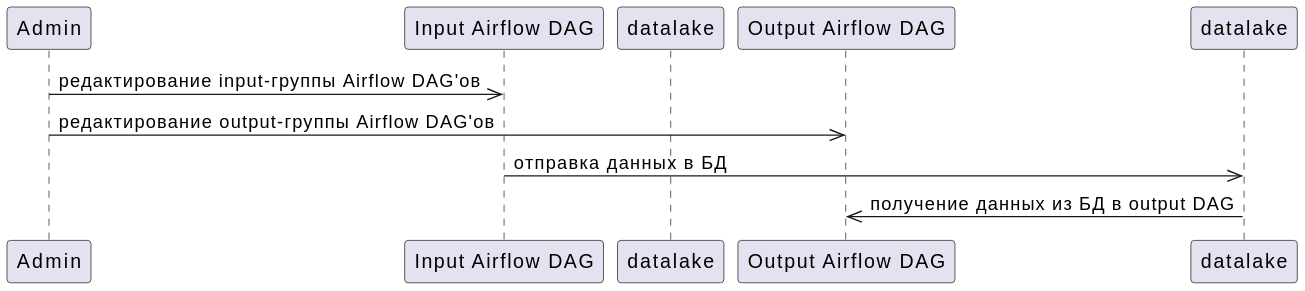
The PlantUML diagram diagrams/sequence_diagram.svg in etlteam/docs, before a commit. The source it was exported from:
```plantuml
@startuml
participant Admin
participant input_dag as "Input Airflow DAG"
participant datalake as DataLake
participant output_dag as "Output Airflow DAG"

Admin ->> input_dag: редактирование input-группы Airflow DAG'ов
Admin ->> output_dag: редактирование output-группы Airflow DAG'ов
input_dag ->> datalake:  отправка данных в БД
datalake ->> output_dag: получение данных из БД в output DAG
@enduml
```
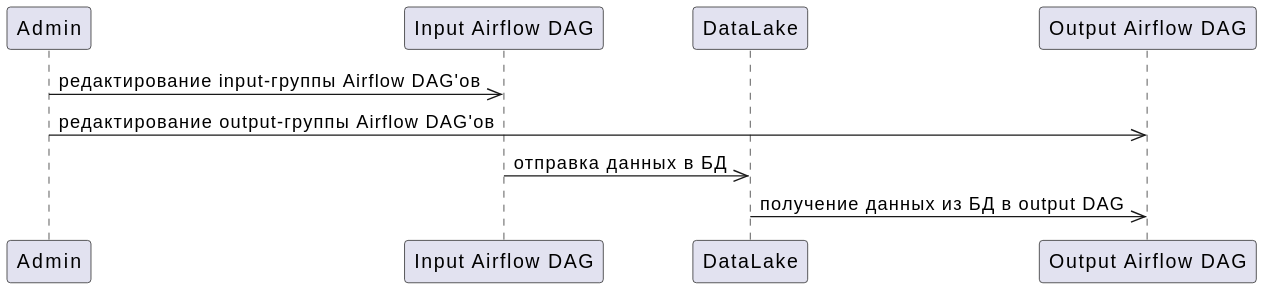
The same diagram one commit later.

Diff of the diagram source:
```diff
@@ -1,11 +1,11 @@
 @startuml
 participant Admin
 participant input_dag as "Input Airflow DAG"
-participant datalake as DataLake
+participant DataLake
 participant output_dag as "Output Airflow DAG"
 
 Admin ->> input_dag: редактирование input-группы Airflow DAG'ов
 Admin ->> output_dag: редактирование output-группы Airflow DAG'ов
-input_dag ->> datalake:  отправка данных в БД
-datalake ->> output_dag: получение данных из БД в output DAG
+input_dag ->> DataLake:  отправка данных в БД
+DataLake ->> output_dag: получение данных из БД в output DAG
 @enduml
```
